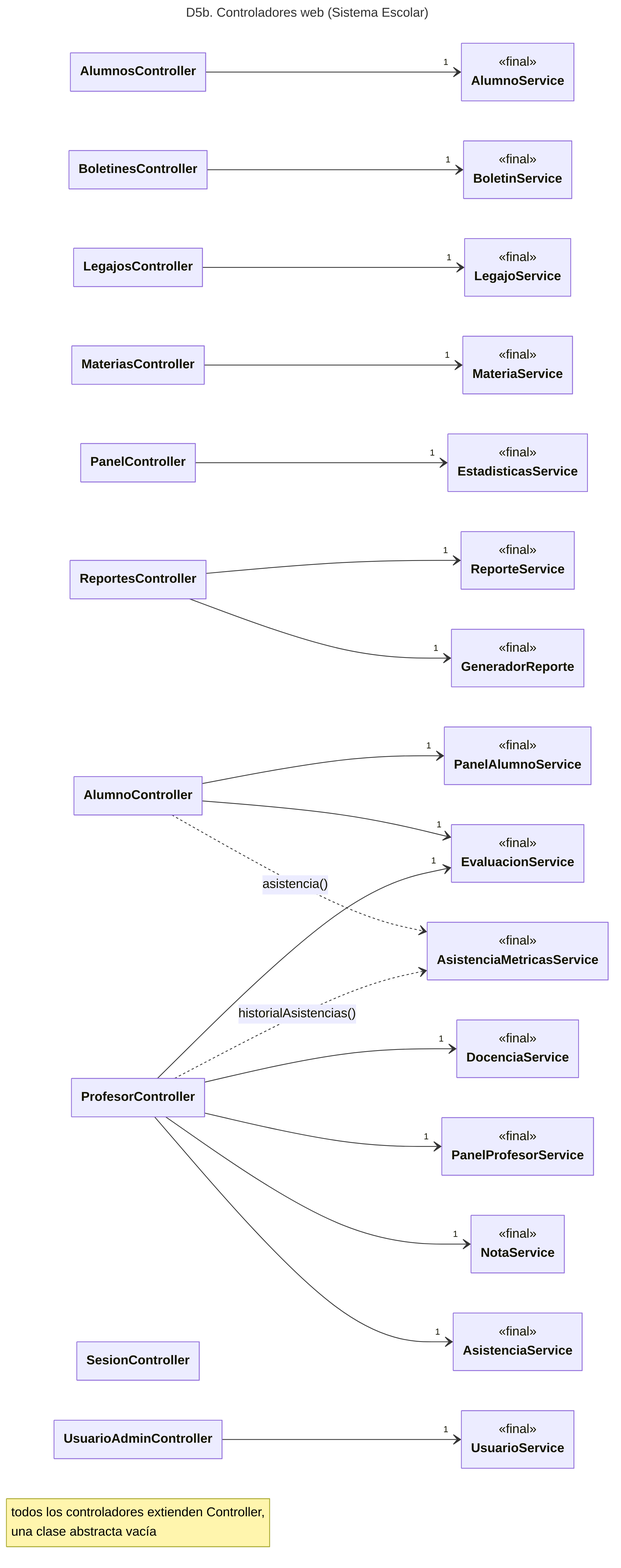
The Mermaid diagram docs/diagramas/D5b_controladores_web.png in gnvargas-dev/sistema-control-acceso, before a commit. Its source is kept beside it as docs/diagramas/D5b_controladores_web.mmd. Source of this version:
```mermaid
---
title: "D5b. Controladores web (Sistema Escolar)"
config:
  class:
    hideEmptyMembersBox: true
    nodeSpacing: 12
    rankSpacing: 120
---
classDiagram
direction LR

class AlumnosController
class BoletinesController
class LegajosController
class MateriasController
class PanelController
class ReportesController
class AlumnoController
class ProfesorController
class SesionController
class UsuarioAdminController
class AlumnoService {
  <<final>>
}
class BoletinService {
  <<final>>
}
class LegajoService {
  <<final>>
}
class MateriaService {
  <<final>>
}
class EstadisticasService {
  <<final>>
}
class ReporteService {
  <<final>>
}
class GeneradorReporte {
  <<final>>
}
class PanelAlumnoService {
  <<final>>
}
class EvaluacionService {
  <<final>>
}
class DocenciaService {
  <<final>>
}
class PanelProfesorService {
  <<final>>
}
class NotaService {
  <<final>>
}
class AsistenciaService {
  <<final>>
}
class UsuarioService {
  <<final>>
}
class AsistenciaMetricasService {
  <<final>>
}

AlumnosController --> "1" AlumnoService
BoletinesController --> "1" BoletinService
LegajosController --> "1" LegajoService
MateriasController --> "1" MateriaService
PanelController --> "1" EstadisticasService
ReportesController --> "1" ReporteService
ReportesController --> "1" GeneradorReporte
AlumnoController --> "1" PanelAlumnoService
AlumnoController --> "1" EvaluacionService
ProfesorController --> "1" DocenciaService
ProfesorController --> "1" PanelProfesorService
ProfesorController --> "1" NotaService
ProfesorController --> "1" AsistenciaService
ProfesorController --> "1" EvaluacionService
UsuarioAdminController --> "1" UsuarioService
AlumnoController ..> AsistenciaMetricasService : asistencia()
ProfesorController ..> AsistenciaMetricasService : historialAsistencias()

note "todos los controladores extienden Controller,<br/>una clase abstracta vacía"
```
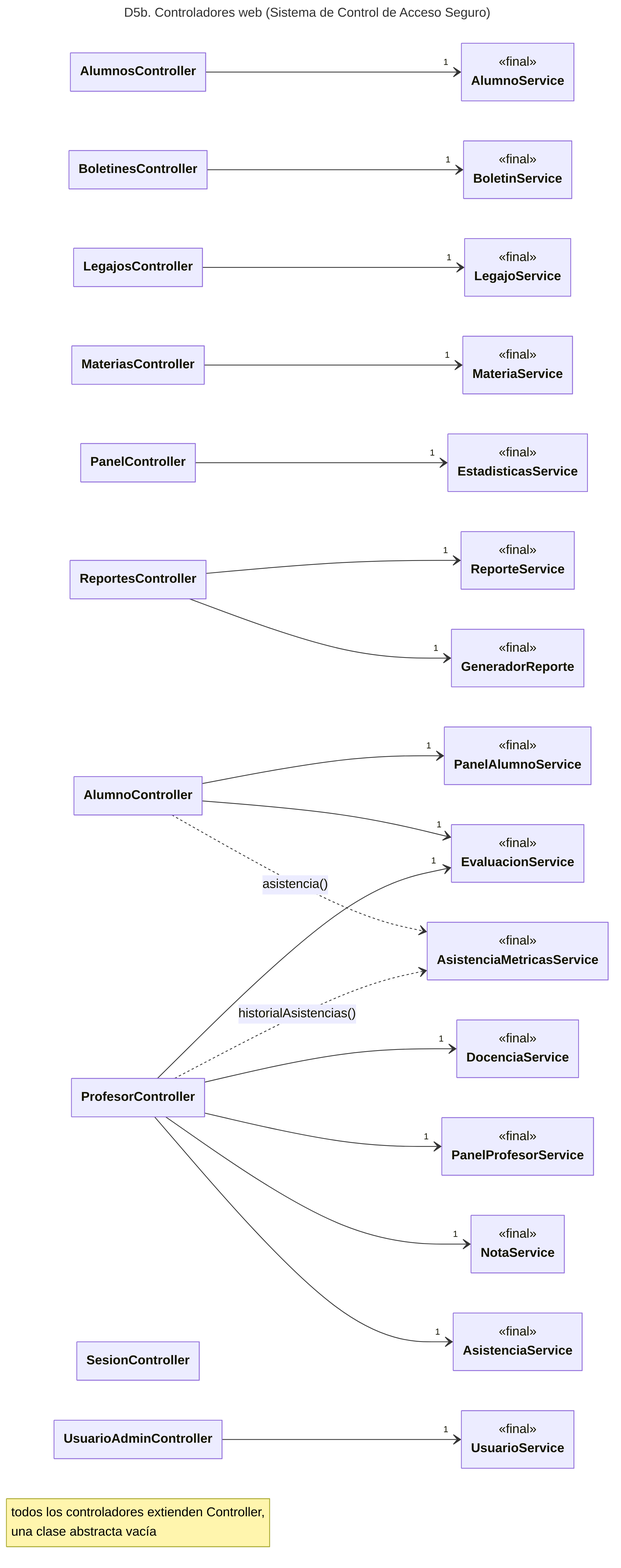
Later version of the same file.

Diff of the diagram source:
```diff
@@ -1,5 +1,5 @@
 ---
-title: "D5b. Controladores web (Sistema Escolar)"
+title: "D5b. Controladores web (Sistema de Control de Acceso Seguro)"
 config:
   class:
     hideEmptyMembersBox: true
```
